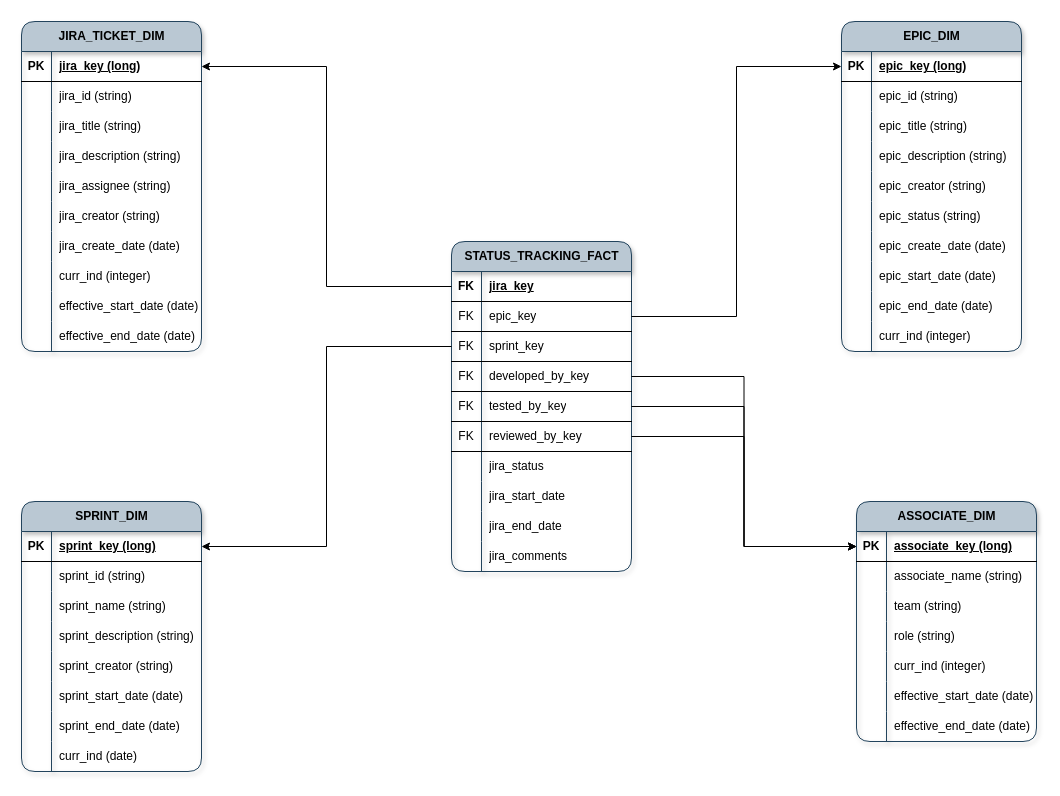
Before: JIRA_Issues_Dimensional_Model.drawio in SanjibSaikia/Data-Modelling, a draw.io diagram. Source tidied: cells renumbered, new cells numbered last; positions are measured from the earlier drawing's top-left corner, leaving out a move shared by most shapes. Both pictures are drawn from the tidied source at 100%, with x=0, y=0 at pixel (21, 21).
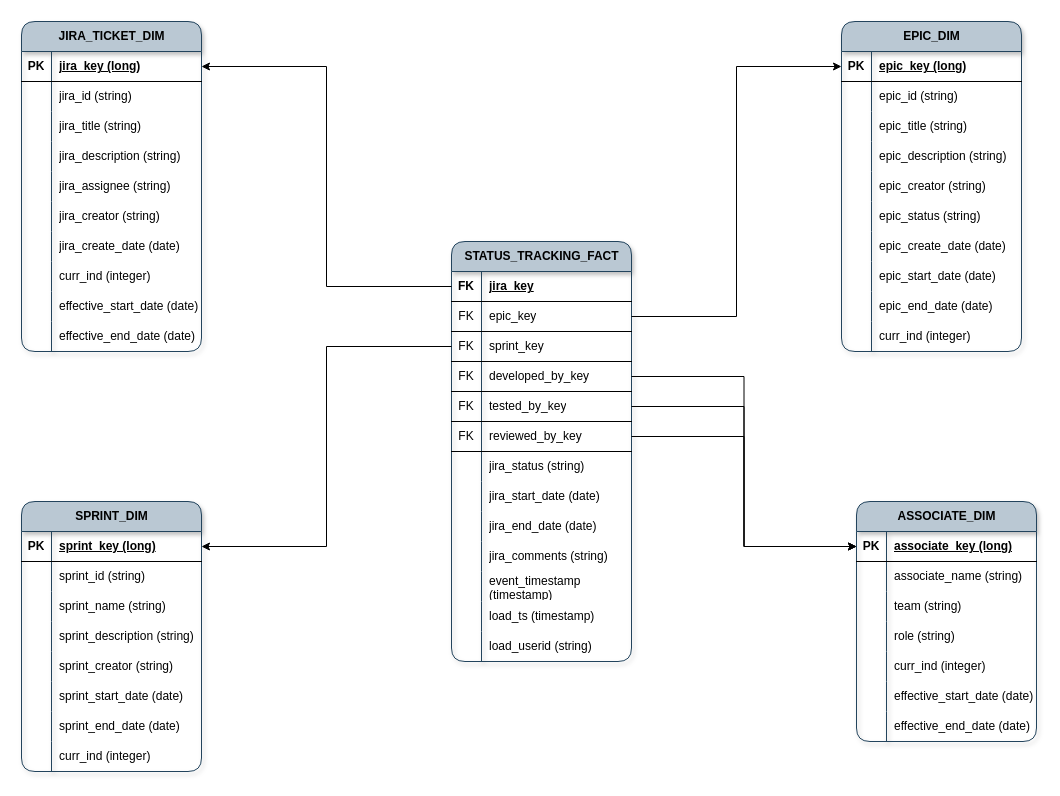
After the change.

The change refers to these unchanged cells:
```xml
<mxCell id="86" style="shape=tableRow;horizontal=0;startSize=0;swimlaneHead=0;swimlaneBody=0;fillColor=none;top=0;left=0;right=0;bottom=0;" parent="64" vertex="1">
  <mxGeometry y="240" width="180" height="30" as="geometry" />
</mxCell>
<mxCell id="130" style="shape=tableRow;horizontal=0;startSize=0;swimlaneHead=0;swimlaneBody=0;fillColor=none;top=0;left=0;right=0;bottom=0;" parent="111" vertex="1">
  <mxGeometry y="210" width="180" height="30" as="geometry" />
</mxCell>
<mxCell id="133" style="shape=tableRow;horizontal=0;startSize=0;swimlaneHead=0;swimlaneBody=0;fillColor=none;top=0;left=0;right=0;bottom=0;" parent="111" vertex="1">
  <mxGeometry y="240" width="180" height="30" as="geometry" />
</mxCell>
<mxCell id="136" style="shape=tableRow;horizontal=0;startSize=0;swimlaneHead=0;swimlaneBody=0;fillColor=none;top=0;left=0;right=0;bottom=0;" parent="111" vertex="1">
  <mxGeometry y="270" width="180" height="30" as="geometry" />
</mxCell>
<mxCell id="139" style="shape=tableRow;horizontal=0;startSize=0;swimlaneHead=0;swimlaneBody=0;fillColor=none;top=0;left=0;right=0;bottom=0;" parent="111" vertex="1">
  <mxGeometry y="300" width="180" height="30" as="geometry" />
</mxCell>
```

What changed in the source:
```diff
@@
-    <mxCell id="88" value="curr_ind (date)" style="shape=partialRectangle;fillColor=none;top=0;left=0;bottom=0;right=0;align=left;spacingLeft=6;overflow=hidden;whiteSpace=wrap;html=1;" parent="86" vertex="1">
+    <mxCell id="88" value="curr_ind (integer)" style="shape=partialRectangle;fillColor=none;top=0;left=0;bottom=0;right=0;align=left;spacingLeft=6;overflow=hidden;whiteSpace=wrap;html=1;" parent="86" vertex="1">
       <mxGeometry x="30" width="150" height="30" as="geometry" />
     </mxCell>
@@
     <mxCell id="111" value="STATUS_TRACKING_FACT" style="shape=table;startSize=30;childLayout=tableLayout;rowLines=0;fontStyle=1;align=center;html=1;rounded=1;shadow=1;fillColor=#bac8d3;strokeColor=#23445d;" parent="1" vertex="1">
-      <mxGeometry x="430" y="220" width="180" height="330" as="geometry" />
+      <mxGeometry x="430" y="220" width="180" height="420" as="geometry" />
     </mxCell>
@@
-    <mxCell id="132" value="jira_status" style="shape=partialRectangle;fillColor=none;top=0;left=0;bottom=0;right=0;align=left;spacingLeft=6;overflow=hidden;whiteSpace=wrap;html=1;" parent="130" vertex="1">
+    <mxCell id="132" value="jira_status (string)" style="shape=partialRectangle;fillColor=none;top=0;left=0;bottom=0;right=0;align=left;spacingLeft=6;overflow=hidden;whiteSpace=wrap;html=1;" parent="130" vertex="1">
       <mxGeometry x="30" width="150" height="30" as="geometry" />
     </mxCell>
@@
-    <mxCell id="135" value="jira_start_date" style="shape=partialRectangle;fillColor=none;top=0;left=0;bottom=0;right=0;align=left;spacingLeft=6;overflow=hidden;whiteSpace=wrap;html=1;" parent="133" vertex="1">
+    <mxCell id="135" value="jira_start_date (date)" style="shape=partialRectangle;fillColor=none;top=0;left=0;bottom=0;right=0;align=left;spacingLeft=6;overflow=hidden;whiteSpace=wrap;html=1;" parent="133" vertex="1">
       <mxGeometry x="30" width="150" height="30" as="geometry" />
     </mxCell>
@@
-    <mxCell id="138" value="jira_end_date" style="shape=partialRectangle;fillColor=none;top=0;left=0;bottom=0;right=0;align=left;spacingLeft=6;overflow=hidden;whiteSpace=wrap;html=1;" parent="136" vertex="1">
+    <mxCell id="138" value="jira_end_date (date)" style="shape=partialRectangle;fillColor=none;top=0;left=0;bottom=0;right=0;align=left;spacingLeft=6;overflow=hidden;whiteSpace=wrap;html=1;" parent="136" vertex="1">
       <mxGeometry x="30" width="150" height="30" as="geometry" />
     </mxCell>
@@
-    <mxCell id="141" value="jira_comments" style="shape=partialRectangle;fillColor=none;top=0;left=0;bottom=0;right=0;align=left;spacingLeft=6;overflow=hidden;whiteSpace=wrap;html=1;" parent="139" vertex="1">
+    <mxCell id="141" value="jira_comments (string)" style="shape=partialRectangle;fillColor=none;top=0;left=0;bottom=0;right=0;align=left;spacingLeft=6;overflow=hidden;whiteSpace=wrap;html=1;" parent="139" vertex="1">
       <mxGeometry x="30" width="150" height="30" as="geometry" />
     </mxCell>
+    <mxCell id="148" style="shape=tableRow;horizontal=0;startSize=0;swimlaneHead=0;swimlaneBody=0;fillColor=none;top=0;left=0;right=0;bottom=0;" parent="111" vertex="1">
+      <mxGeometry y="330" width="180" height="30" as="geometry" />
+    </mxCell>
+    <mxCell id="149" style="shape=partialRectangle;fillColor=none;top=0;left=0;bottom=0;right=0;overflow=hidden;whiteSpace=wrap;html=1;" parent="148" vertex="1">
+      <mxGeometry width="30" height="30" as="geometry" />
+    </mxCell>
+    <mxCell id="150" value="event_timestamp (timestamp)" style="shape=partialRectangle;fillColor=none;top=0;left=0;bottom=0;right=0;align=left;spacingLeft=6;overflow=hidden;whiteSpace=wrap;html=1;" parent="148" vertex="1">
+      <mxGeometry x="30" width="150" height="30" as="geometry" />
+    </mxCell>
+    <mxCell id="151" style="shape=tableRow;horizontal=0;startSize=0;swimlaneHead=0;swimlaneBody=0;fillColor=none;top=0;left=0;right=0;bottom=0;" parent="111" vertex="1">
+      <mxGeometry y="360" width="180" height="30" as="geometry" />
+    </mxCell>
+    <mxCell id="152" style="shape=partialRectangle;fillColor=none;top=0;left=0;bottom=0;right=0;overflow=hidden;whiteSpace=wrap;html=1;" parent="151" vertex="1">
+      <mxGeometry width="30" height="30" as="geometry" />
+    </mxCell>
+    <mxCell id="153" value="load_ts (timestamp)" style="shape=partialRectangle;fillColor=none;top=0;left=0;bottom=0;right=0;align=left;spacingLeft=6;overflow=hidden;whiteSpace=wrap;html=1;" parent="151" vertex="1">
+      <mxGeometry x="30" width="150" height="30" as="geometry" />
+    </mxCell>
+    <mxCell id="154" style="shape=tableRow;horizontal=0;startSize=0;swimlaneHead=0;swimlaneBody=0;fillColor=none;top=0;left=0;right=0;bottom=0;" parent="111" vertex="1">
+      <mxGeometry y="390" width="180" height="30" as="geometry" />
+    </mxCell>
+    <mxCell id="155" style="shape=partialRectangle;fillColor=none;top=0;left=0;bottom=0;right=0;overflow=hidden;whiteSpace=wrap;html=1;" parent="154" vertex="1">
+      <mxGeometry width="30" height="30" as="geometry" />
+    </mxCell>
+    <mxCell id="156" value="load_userid (string)" style="shape=partialRectangle;fillColor=none;top=0;left=0;bottom=0;right=0;align=left;spacingLeft=6;overflow=hidden;whiteSpace=wrap;html=1;" parent="154" vertex="1">
+      <mxGeometry x="30" width="150" height="30" as="geometry" />
+    </mxCell>
```
